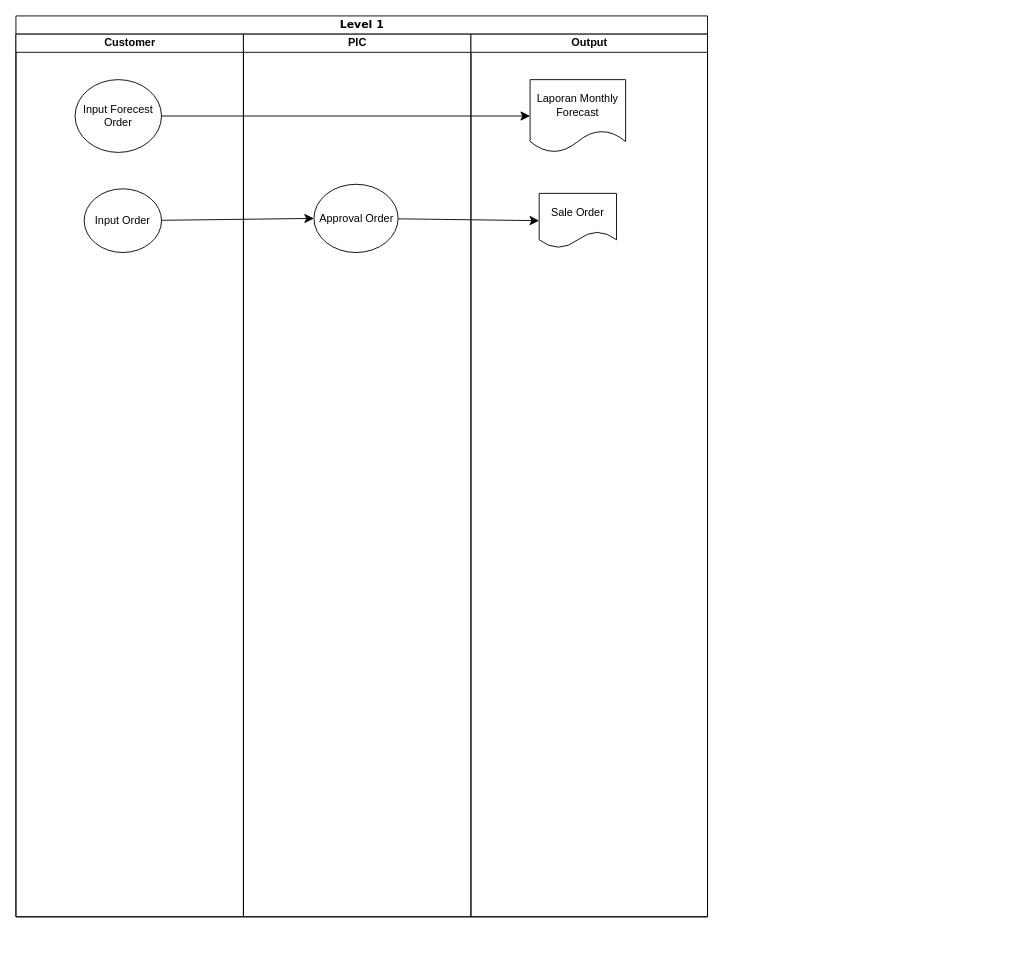
Above: page "Lvl 1 Ordering" (2 of 5) of Untitled Diagram.drawio in hendrasaputra0501/pemi-ay-bpa (draw.io), before the change. Source tidied: cells renumbered, new cells numbered last; positions are measured from the earlier drawing's top-left corner, leaving out a move shared by most shapes. Both pictures are drawn from the tidied source at 91%, with x=0, y=0 at pixel (15, 15).
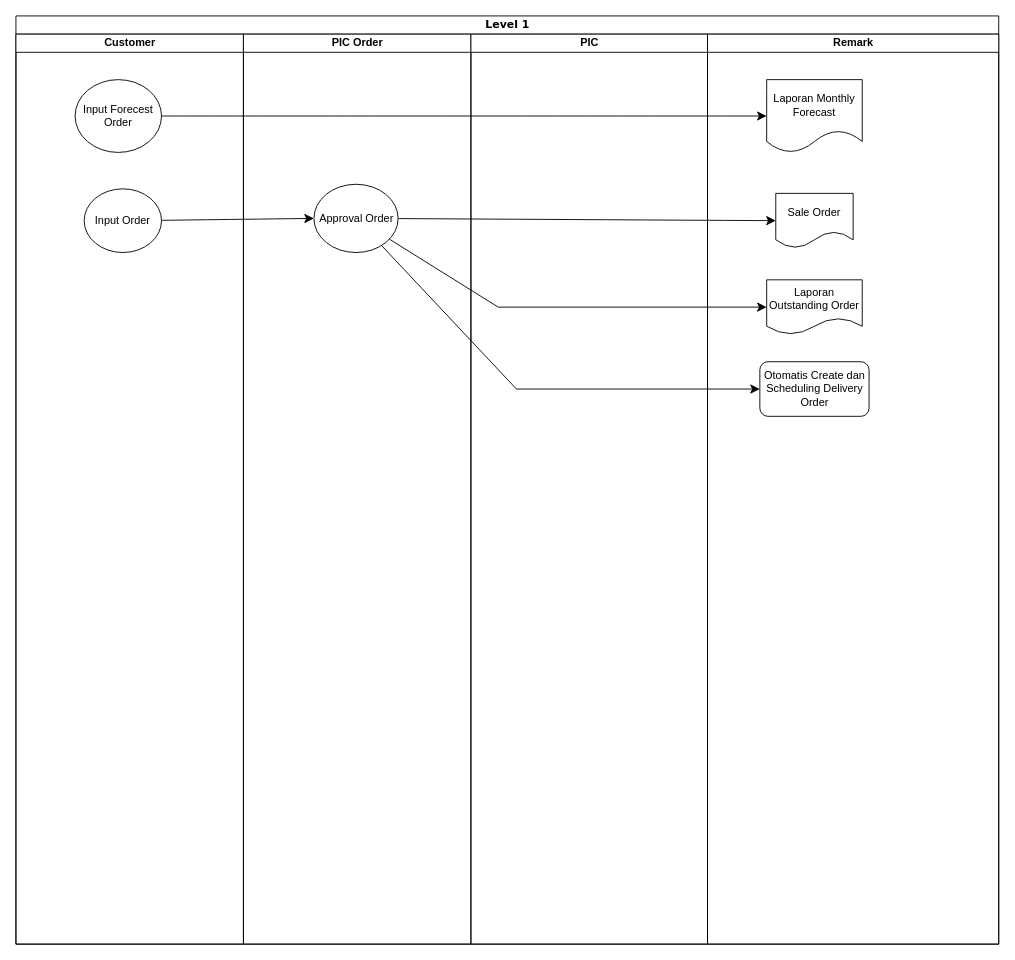
After the change.

Unchanged cells that the change refers to:
```xml
<mxCell id="5" value="Input Forecest Order" style="ellipse;whiteSpace=wrap;html=1;" parent="3" vertex="1">
  <mxGeometry x="65" y="50" width="95" height="80" as="geometry" />
</mxCell>
<mxCell id="6" value="Input Order" style="ellipse;whiteSpace=wrap;html=1;" parent="3" vertex="1">
  <mxGeometry x="75" y="170" width="85" height="70" as="geometry" />
</mxCell>
<mxCell id="9" value="Approval Order" style="ellipse;whiteSpace=wrap;html=1;" parent="7" vertex="1">
  <mxGeometry x="77.5" y="165" width="92.5" height="75" as="geometry" />
</mxCell>
<mxCell id="12" value="Laporan Monthly Forecast" style="shape=document;whiteSpace=wrap;html=1;boundedLbl=1;" parent="10" vertex="1">
  <mxGeometry x="65" y="50" width="105" height="80" as="geometry" />
</mxCell>
<mxCell id="13" value="Sale Order" style="shape=document;whiteSpace=wrap;html=1;boundedLbl=1;" parent="10" vertex="1">
  <mxGeometry x="75" y="175" width="85" height="60" as="geometry" />
</mxCell>
```

What changed in the source:
```diff
@@
     <mxCell id="2" value="Level 1" style="swimlane;html=1;startSize=20;rounded=0;shadow=0;comic=0;labelBackgroundColor=none;strokeWidth=1;fontFamily=Verdana;fontSize=12;align=center;" parent="1" vertex="1">
-      <mxGeometry width="760" height="990" as="geometry" />
+      <mxGeometry width="1080" height="1020" as="geometry" />
     </mxCell>
     <mxCell id="3" value="Customer" style="swimlane;html=1;startSize=20;" parent="2" vertex="1">
-      <mxGeometry y="20" width="250" height="970" as="geometry" />
+      <mxGeometry y="20" width="250" height="1000" as="geometry" />
     </mxCell>
@@
-    <mxCell id="7" value="PIC" style="swimlane;html=1;startSize=20;" parent="2" vertex="1">
-      <mxGeometry x="250" y="20" width="250" height="970" as="geometry" />
+    <mxCell id="7" value="PIC Order" style="swimlane;html=1;startSize=20;" parent="2" vertex="1">
+      <mxGeometry x="250" y="20" width="250" height="1000" as="geometry" />
     </mxCell>
@@
+    <mxCell id="14" style="edgeStyle=none;curved=1;rounded=0;jettySize=auto;html=1;entryX=0;entryY=0.5;entryDx=0;entryDy=0;fontSize=12;startSize=8;endSize=8;" parent="2" edge="1" source="5" target="12">
+      <mxGeometry relative="1" as="geometry" />
+    </mxCell>
+    <mxCell id="15" style="edgeStyle=none;curved=1;rounded=0;jettySize=auto;html=1;entryX=0;entryY=0.5;entryDx=0;entryDy=0;fontSize=12;startSize=8;endSize=8;" parent="2" edge="1" source="6" target="9">
+      <mxGeometry relative="1" as="geometry" />
+    </mxCell>
+    <mxCell id="16" style="edgeStyle=none;curved=1;rounded=0;jettySize=auto;html=1;entryX=0;entryY=0.5;entryDx=0;entryDy=0;fontSize=12;startSize=8;endSize=8;" parent="2" edge="1" source="9" target="13">
+      <mxGeometry relative="1" as="geometry" />
+    </mxCell>
+    <mxCell id="17" value="PIC" style="swimlane;html=1;startSize=20;" parent="2" vertex="1">
+      <mxGeometry x="500" y="20" width="260" height="1000" as="geometry" />
+    </mxCell>
+    <mxCell id="18" style="edgeStyle=none;curved=1;rounded=0;orthogonalLoop=1;jettySize=auto;html=1;exitX=0.75;exitY=0;exitDx=0;exitDy=0;fontSize=12;startSize=8;endSize=8;" parent="17" edge="1">
+      <mxGeometry relative="1" as="geometry">
+        <mxPoint x="100" y="80" as="sourcePoint" />
+        <mxPoint x="100" y="80" as="targetPoint" />
+      </mxGeometry>
+    </mxCell>
-    <mxCell id="10" value="Output" style="swimlane;html=1;startSize=20;" parent="2" vertex="1">
-      <mxGeometry x="500" y="20" width="260" height="970" as="geometry" />
+    <mxCell id="10" value="Remark" style="swimlane;html=1;startSize=20;" parent="2" vertex="1">
+      <mxGeometry x="760" y="20" width="320" height="1000" as="geometry" />
     </mxCell>
@@
-    <mxCell id="14" style="edgeStyle=none;curved=1;rounded=0;jettySize=auto;html=1;entryX=0;entryY=0.5;entryDx=0;entryDy=0;fontSize=12;startSize=8;endSize=8;" parent="2" edge="1" source="5" target="12">
-      <mxGeometry relative="1" as="geometry" />
-    </mxCell>
-    <mxCell id="15" style="edgeStyle=none;curved=1;rounded=0;jettySize=auto;html=1;entryX=0;entryY=0.5;entryDx=0;entryDy=0;fontSize=12;startSize=8;endSize=8;" parent="2" edge="1" source="6" target="9">
-      <mxGeometry relative="1" as="geometry" />
-    </mxCell>
-    <mxCell id="16" style="edgeStyle=none;curved=1;rounded=0;jettySize=auto;html=1;entryX=0;entryY=0.5;entryDx=0;entryDy=0;fontSize=12;startSize=8;endSize=8;" parent="2" edge="1" source="9" target="13">
-      <mxGeometry relative="1" as="geometry" />
-    </mxCell>
+    <mxCell id="19" value="Laporan Outstanding Order" style="shape=document;whiteSpace=wrap;html=1;boundedLbl=1;" parent="10" vertex="1">
+      <mxGeometry x="65" y="270" width="105" height="60" as="geometry" />
+    </mxCell>
+    <mxCell id="20" value="Otomatis Create dan Scheduling Delivery Order" style="rounded=1;whiteSpace=wrap;html=1;" parent="10" vertex="1">
+      <mxGeometry x="57.5" y="360" width="120" height="60" as="geometry" />
+    </mxCell>
+    <mxCell id="21" style="edgeStyle=none;curved=0;rounded=0;jettySize=auto;html=1;entryX=0;entryY=0.5;entryDx=0;entryDy=0;fontSize=12;startSize=8;endSize=8;" parent="2" edge="1" source="9" target="19">
+      <mxGeometry relative="1" as="geometry">
+        <Array as="points">
+          <mxPoint x="530" y="320" />
+        </Array>
+      </mxGeometry>
+    </mxCell>
+    <mxCell id="22" style="edgeStyle=none;curved=0;rounded=0;jettySize=auto;html=1;entryX=0;entryY=0.5;entryDx=0;entryDy=0;fontSize=12;startSize=8;endSize=8;" parent="2" edge="1" source="9" target="20">
+      <mxGeometry relative="1" as="geometry">
+        <Array as="points">
+          <mxPoint x="550" y="410" />
+        </Array>
+      </mxGeometry>
+    </mxCell>
```
